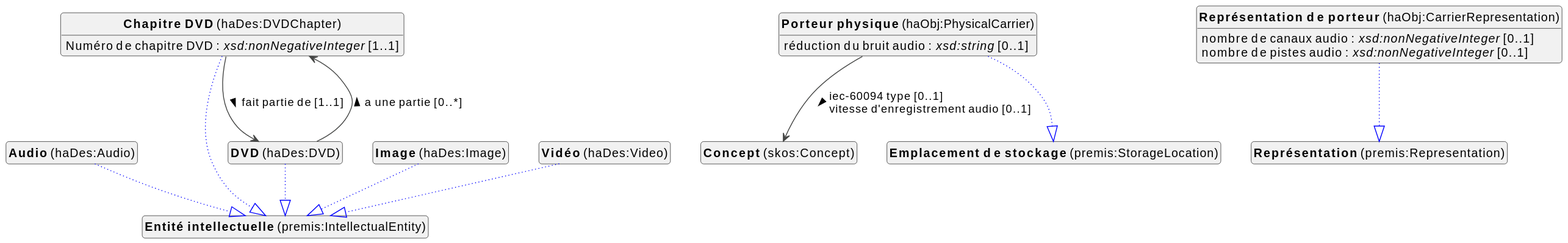
Earlier version of the PlantUML export docs/metadata/knowledge-graph/1.0.0/audiovisual/fr/audiovisual-diagram.svg (viaacode/documentation). The source it was exported from:
```plantuml
@startuml
!theme vibrant
skinparam classFontSize 14
!define LIGHTORANGE
skinparam componentStyle uml2
skinparam wrapMessageWidth 1000
skinparam wrapWidth 1000
skinparam shadowing false
skinparam ArrowMessageAlignment left
top to bottom direction


class "<b>Audio</b> (haDes:Audio)" as haDes_Audio [[#haDes%3AAudio]]
class "<b>Entité intellectuelle</b> (premis:IntellectualEntity)" as premis_IntellectualEntity [[#premis%3AIntellectualEntity]]
class "<b>Chapitre DVD</b> (haDes:DVDChapter)" as haDes_DVDChapter [[#haDes%3ADVDChapter]]
class "<b>Entité intellectuelle</b> (premis:IntellectualEntity)" as premis_IntellectualEntity [[#premis%3AIntellectualEntity]]
class "<b>Concept</b> (skos:Concept)" as skos_Concept [[../../terms/fr#skos%3AConcept]]
class "<b>DVD</b> (haDes:DVD)" as haDes_DVD [[#haDes%3ADVD]]
class "<b>Entité intellectuelle</b> (premis:IntellectualEntity)" as premis_IntellectualEntity [[#premis%3AIntellectualEntity]]
class "<b>Image</b> (haDes:Image)" as haDes_Image [[#haDes%3AImage]]
class "<b>Entité intellectuelle</b> (premis:IntellectualEntity)" as premis_IntellectualEntity [[#premis%3AIntellectualEntity]]
class "<b>Porteur physique</b> (haObj:PhysicalCarrier)" as haObj_PhysicalCarrier [[#haObj%3APhysicalCarrier]]
class "<b>Emplacement de stockage</b> (premis:StorageLocation)" as premis_StorageLocation [[#premis%3AStorageLocation]]
class "<b>Représentation de porteur</b> (haObj:CarrierRepresentation)" as haObj_CarrierRepresentation [[#haObj%3ACarrierRepresentation]]
class "<b>Représentation</b> (premis:Representation)" as premis_Representation [[#premis%3ARepresentation]]
class "<b>Vidéo</b> (haDes:Video)" as haDes_Video [[#haDes%3AVideo]]
class "<b>Entité intellectuelle</b> (premis:IntellectualEntity)" as premis_IntellectualEntity [[#premis%3AIntellectualEntity]]

haDes_Audio --|> premis_IntellectualEntity #blue;line.dotted;text:blue


haDes_DVDChapter --|> premis_IntellectualEntity #blue;line.dotted;text:blue

haDes_DVDChapter : Numéro de chapitre DVD : <i>xsd:nonNegativeInteger</i> [1..1]
haDes_DVDChapter --> haDes_DVD :fait partie de [1..1]  >




haDes_DVD --|> premis_IntellectualEntity #blue;line.dotted;text:blue

haDes_DVD --> haDes_DVDChapter :a une partie [0..*]  >

haDes_Image --|> premis_IntellectualEntity #blue;line.dotted;text:blue


haObj_PhysicalCarrier --|> premis_StorageLocation #blue;line.dotted;text:blue

haObj_PhysicalCarrier : réduction du bruit audio : <i>xsd:string</i> [0..1]
haObj_PhysicalCarrier --> skos_Concept :iec-60094 type [0..1]  \lvitesse d'enregistrement audio [0..1]  >


haObj_CarrierRepresentation --|> premis_Representation #blue;line.dotted;text:blue

haObj_CarrierRepresentation : nombre de canaux audio : <i>xsd:nonNegativeInteger</i> [0..1]
haObj_CarrierRepresentation : nombre de pistes audio : <i>xsd:nonNegativeInteger</i> [0..1]


haDes_Video --|> premis_IntellectualEntity #blue;line.dotted;text:blue



hide circle
hide methods
hide empty members
@enduml
```
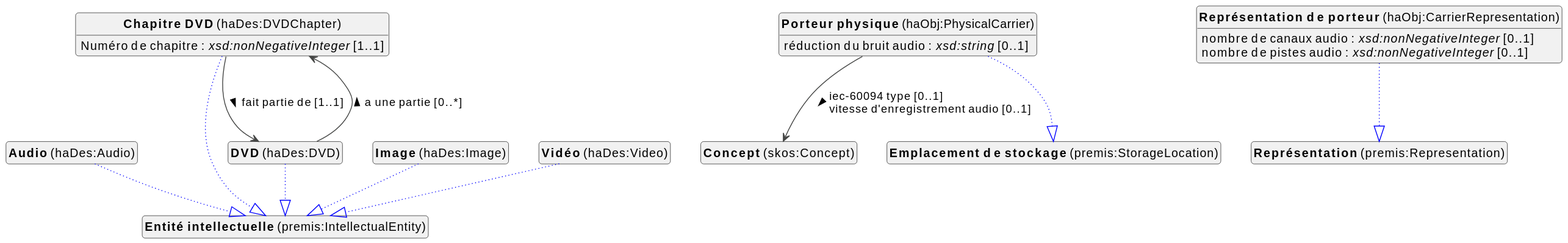
After the change.

What changed in the source:
```diff
@@ -31,7 +31,7 @@
 
 haDes_DVDChapter --|> premis_IntellectualEntity #blue;line.dotted;text:blue
 
-haDes_DVDChapter : Numéro de chapitre DVD : <i>xsd:nonNegativeInteger</i> [1..1]
+haDes_DVDChapter : Numéro de chapitre : <i>xsd:nonNegativeInteger</i> [1..1]
 haDes_DVDChapter --> haDes_DVD :fait partie de [1..1]  >
 
 
```
